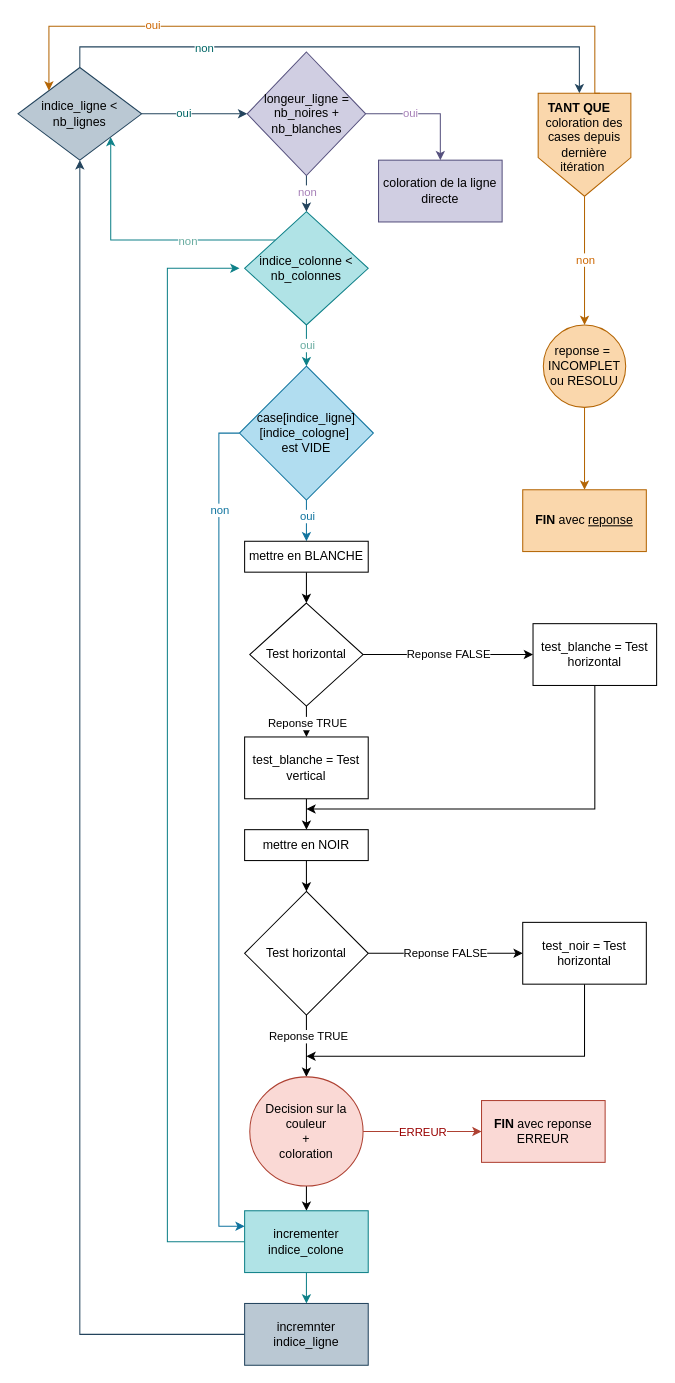
Above: Program Incomplet.drawio in vskarleas/ROB3-S6-Nonogram (draw.io), before the change. Source tidied: cells renumbered, new cells numbered last; positions are measured from the earlier drawing's top-left corner, leaving out a move shared by most shapes. Both pictures are drawn from the tidied source at 103%, with x=0, y=0 at pixel (18, 26).
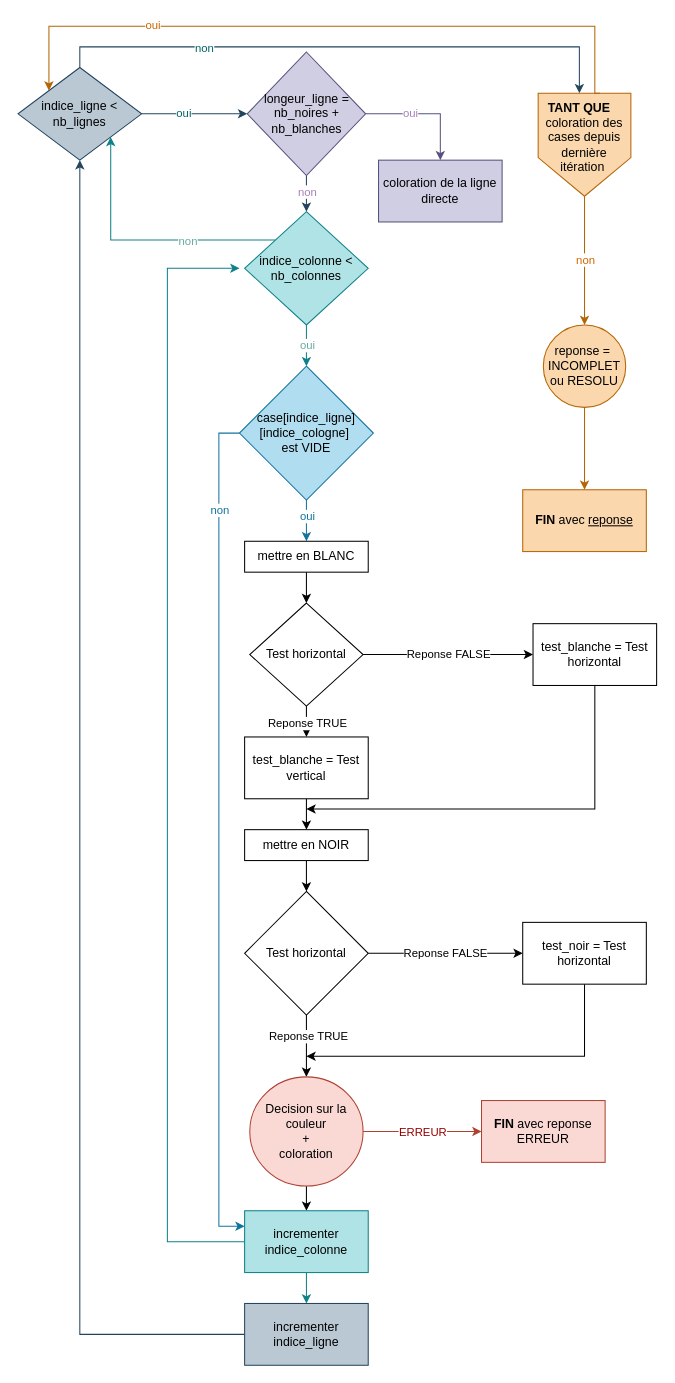
The same page after the edit.

What changed in the source:
```diff
@@
-    <mxCell id="24" value="mettre en BLANCHE" style="whiteSpace=wrap;html=1;" parent="1" vertex="1">
+    <mxCell id="24" value="mettre en BLANC" style="whiteSpace=wrap;html=1;" parent="1" vertex="1">
       <mxGeometry x="220" y="500" width="120" height="30" as="geometry" />
     </mxCell>
@@
-    <mxCell id="48" value="incrementer indice_colone" style="whiteSpace=wrap;html=1;fillColor=#b0e3e6;strokeColor=#0e8088;" parent="1" vertex="1">
+    <mxCell id="48" value="incrementer indice_colonne" style="whiteSpace=wrap;html=1;fillColor=#b0e3e6;strokeColor=#0e8088;" parent="1" vertex="1">
       <mxGeometry x="220" y="1150" width="120" height="60" as="geometry" />
     </mxCell>
@@
-    <mxCell id="50" value="incremnter indice_ligne" style="whiteSpace=wrap;html=1;fillColor=#bac8d3;strokeColor=#23445d;" parent="1" vertex="1">
+    <mxCell id="50" value="incrementer indice_ligne" style="whiteSpace=wrap;html=1;fillColor=#bac8d3;strokeColor=#23445d;" parent="1" vertex="1">
       <mxGeometry x="220" y="1240" width="120" height="60" as="geometry" />
     </mxCell>
```
